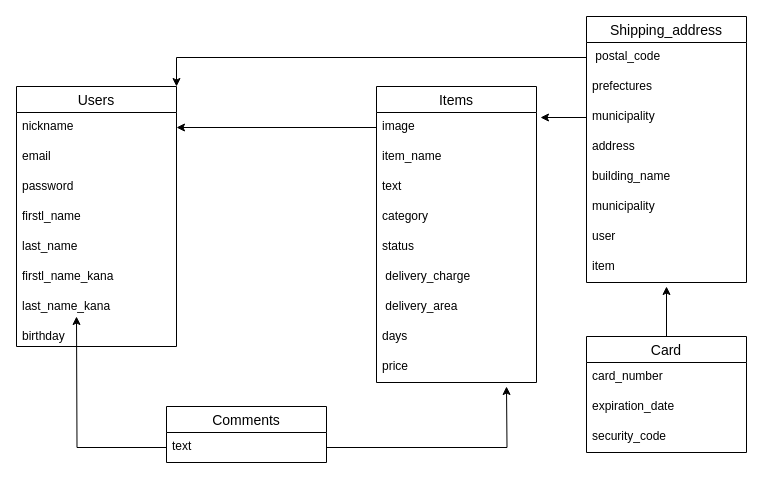
This is furima.dio from KY0825/furima-30489, a draw.io file, before an edit. Source tidied: cells renumbered, new cells numbered last; positions are measured from the earlier drawing's top-left corner, leaving out a move shared by most shapes. Both pictures are drawn from the tidied source at 100%, with x=0, y=0 at pixel (16, 16).
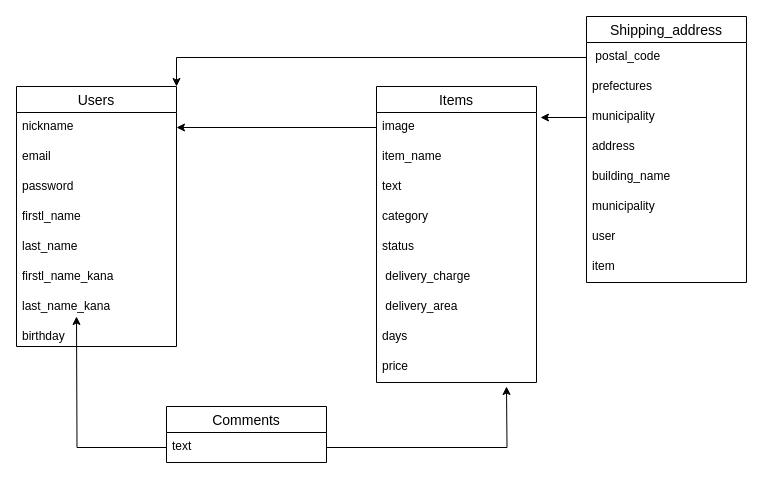
The same diagram, later.

The edit, as a diff of the source:
```diff
@@
-    <mxCell id="36" style="edgeStyle=orthogonalEdgeStyle;rounded=0;jettySize=auto;html=1;exitX=0.5;exitY=0;exitDx=0;exitDy=0;" parent="1" edge="1" source="37">
-      <mxGeometry relative="1" as="geometry">
-        <mxPoint x="650" y="270" as="targetPoint" />
-      </mxGeometry>
-    </mxCell>
-    <mxCell id="37" value="Card" style="swimlane;fontStyle=0;horizontal=1;startSize=26;align=center;fontSize=14;" parent="1" vertex="1">
-      <mxGeometry x="570" y="320" width="160" height="116" as="geometry" />
-    </mxCell>
-    <mxCell id="38" value="card_number" style="text;strokeColor=none;fillColor=none;spacingLeft=4;spacingRight=4;overflow=hidden;fontSize=12;" parent="37" vertex="1">
-      <mxGeometry y="26" width="160" height="30" as="geometry" />
-    </mxCell>
-    <mxCell id="39" value="expiration_date" style="text;strokeColor=none;fillColor=none;spacingLeft=4;spacingRight=4;overflow=hidden;fontSize=12;" parent="37" vertex="1">
-      <mxGeometry y="56" width="160" height="30" as="geometry" />
-    </mxCell>
-    <mxCell id="40" value="security_code" style="text;strokeColor=none;fillColor=none;spacingLeft=4;spacingRight=4;overflow=hidden;fontSize=12;" parent="37" vertex="1">
-      <mxGeometry y="86" width="160" height="30" as="geometry" />
-    </mxCell>
```
